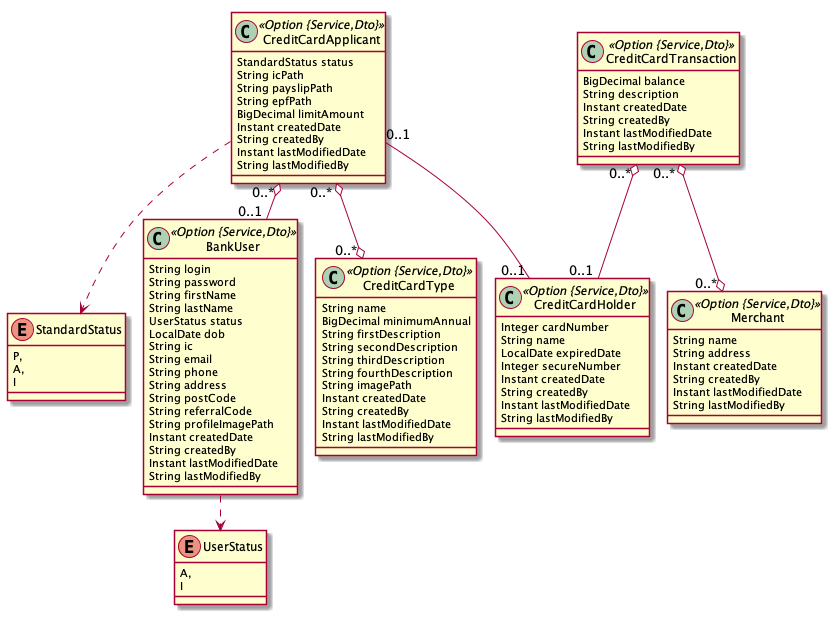
Earlier version of the PlantUML export credit-card.png (liyi98/bank-system). Its diagram source:
```plantuml
@startuml
	!pragma layout smetana
	!pragma syntax class
	enum StandardStatus {
		P,
		A,
		I
	}
	enum UserStatus {
		A,
		I
	}
	class BankUser <<Option {Service,Dto}>> {
		String login
		String password
		String firstName
		String lastName
		UserStatus status
		LocalDate dob
		String ic
		String email
		String phone
		String address
		String postCode
		String referralCode
		String profileImagePath
		Instant createdDate
		String createdBy
		Instant lastModifiedDate
		String lastModifiedBy
	}
	BankUser ..> UserStatus
	class CreditCardType <<Option {Service,Dto}>> {
		String name
		BigDecimal minimumAnnual
		String firstDescription
		String secondDescription
		String thirdDescription
		String fourthDescription
		String imagePath
		Instant createdDate
		String createdBy
		Instant lastModifiedDate
		String lastModifiedBy
	}
	class CreditCardApplicant <<Option {Service,Dto}>> {
		StandardStatus status
		String icPath
		String payslipPath
		String epfPath
		BigDecimal limitAmount
		Instant createdDate
		String createdBy
		Instant lastModifiedDate
		String lastModifiedBy
	}
	CreditCardApplicant ..> StandardStatus
	class CreditCardHolder <<Option {Service,Dto}>> {
		Integer cardNumber
		String name
		LocalDate expiredDate
		Integer secureNumber
		Instant createdDate
		String createdBy
		Instant lastModifiedDate
		String lastModifiedBy
	}
	class CreditCardTransaction <<Option {Service,Dto}>> {
		BigDecimal balance
		String description
		Instant createdDate
		String createdBy
		Instant lastModifiedDate
		String lastModifiedBy
	}
	class Merchant <<Option {Service,Dto}>> {
		String name
		String address
		Instant createdDate
		String createdBy
		Instant lastModifiedDate
		String lastModifiedBy
	}
	CreditCardApplicant  "0..1 " -- "0..1 "  CreditCardHolder
	CreditCardApplicant  "0..* " o-- "0..1 "  BankUser
	CreditCardTransaction  "0..* " o-- "0..1 "  CreditCardHolder
	CreditCardApplicant  "0..* " o--o "0..* "  CreditCardType
	CreditCardTransaction  "0..* " o--o "0..* "  Merchant
@enduml
```
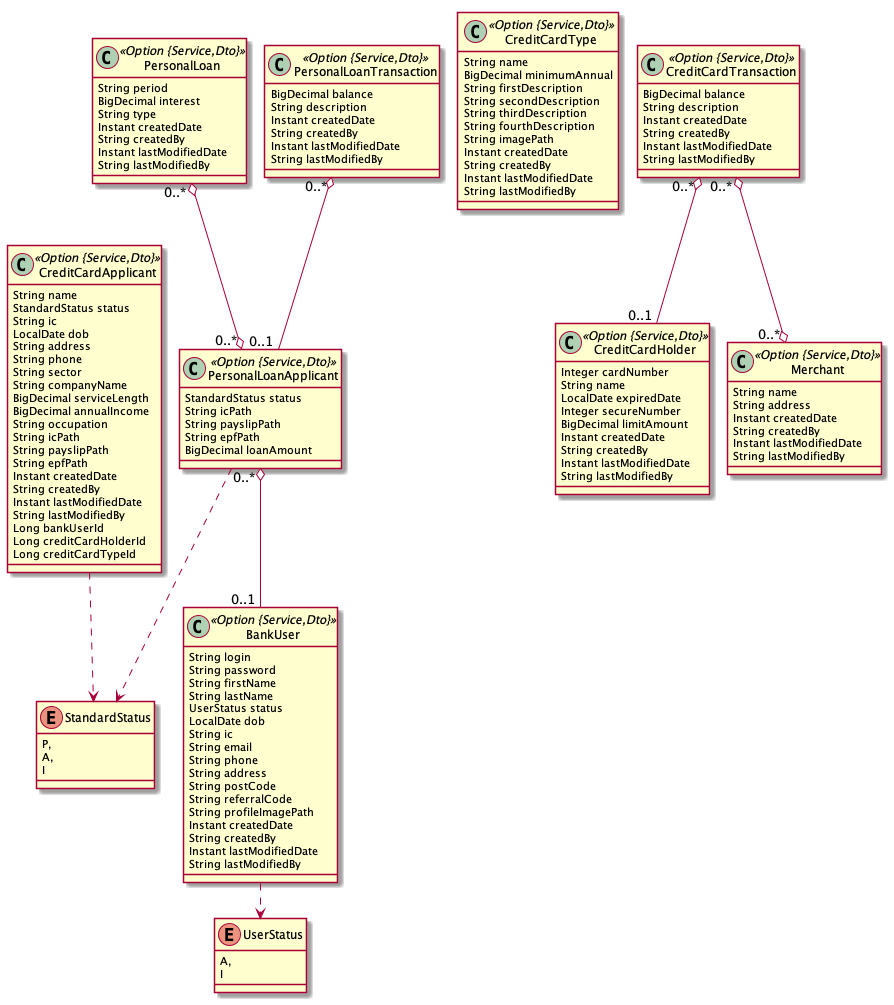
Later version of the same file.

Change to the diagram source:
```diff
@@ -44,15 +44,27 @@
 		String lastModifiedBy
 	}
 	class CreditCardApplicant <<Option {Service,Dto}>> {
+		String name
 		StandardStatus status
+		String ic
+		LocalDate dob
+		String address
+		String phone
+		String sector
+		String companyName
+		BigDecimal serviceLength
+		BigDecimal annualIncome
+		String occupation
 		String icPath
 		String payslipPath
 		String epfPath
-		BigDecimal limitAmount
 		Instant createdDate
 		String createdBy
 		Instant lastModifiedDate
 		String lastModifiedBy
+		Long bankUserId
+		Long creditCardHolderId
+		Long creditCardTypeId
 	}
 	CreditCardApplicant ..> StandardStatus
 	class CreditCardHolder <<Option {Service,Dto}>> {
@@ -60,6 +72,7 @@
 		String name
 		LocalDate expiredDate
 		Integer secureNumber
+		BigDecimal limitAmount
 		Instant createdDate
 		String createdBy
 		Instant lastModifiedDate
@@ -81,9 +94,34 @@
 		Instant lastModifiedDate
 		String lastModifiedBy
 	}
-	CreditCardApplicant  "0..1 " -- "0..1 "  CreditCardHolder
-	CreditCardApplicant  "0..* " o-- "0..1 "  BankUser
+	class PersonalLoan <<Option {Service,Dto}>> {
+		String period
+		BigDecimal interest
+		String type
+		Instant createdDate
+		String createdBy
+		Instant lastModifiedDate
+		String lastModifiedBy
+	}
+	class PersonalLoanApplicant <<Option {Service,Dto}>> {
+		StandardStatus status
+		String icPath
+		String payslipPath
+		String epfPath
+		BigDecimal loanAmount
+	}
+	PersonalLoanApplicant ..> StandardStatus
+	class PersonalLoanTransaction <<Option {Service,Dto}>> {
+		BigDecimal balance
+		String description
+		Instant createdDate
+		String createdBy
+		Instant lastModifiedDate
+		String lastModifiedBy
+	}
+	PersonalLoanApplicant  "0..* " o-- "0..1 "  BankUser
 	CreditCardTransaction  "0..* " o-- "0..1 "  CreditCardHolder
-	CreditCardApplicant  "0..* " o--o "0..* "  CreditCardType
+	PersonalLoanTransaction  "0..* " o-- "0..1 "  PersonalLoanApplicant
 	CreditCardTransaction  "0..* " o--o "0..* "  Merchant
+	PersonalLoan  "0..* " o--o "0..* "  PersonalLoanApplicant
 @enduml
```
